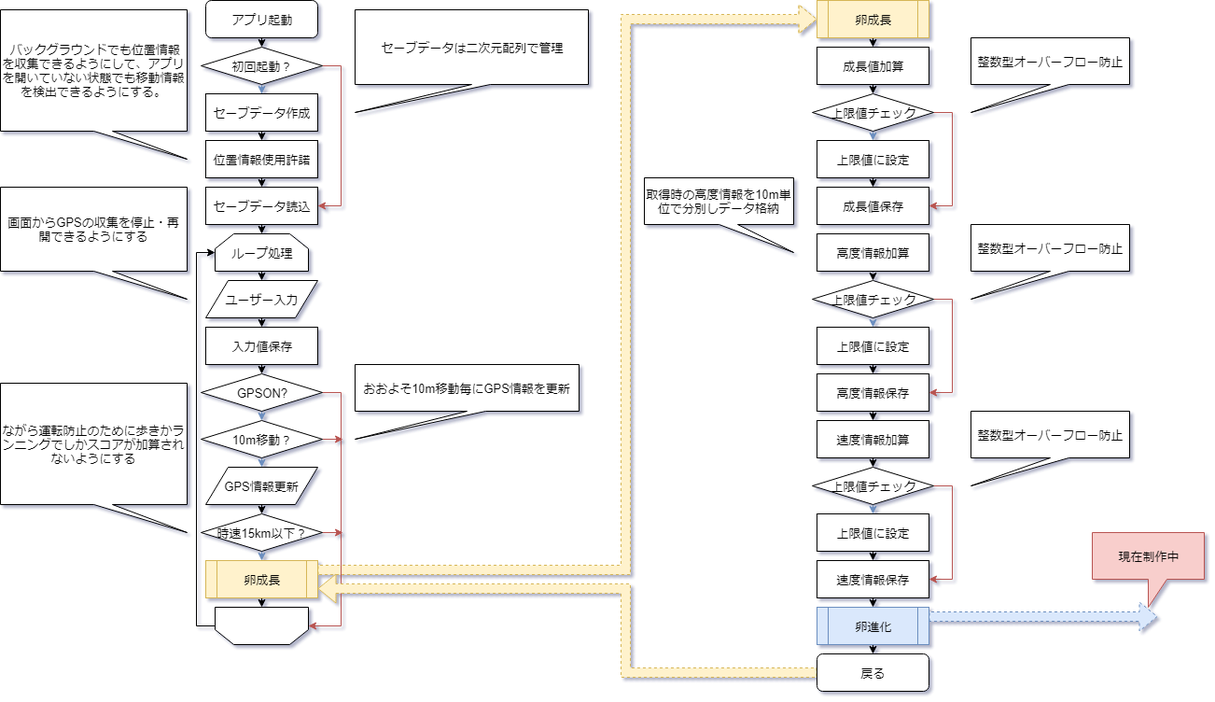
KonoLv1/WalkEgg keeps this draw.io diagram as WalkEgg.png. Above is the earlier version. Source tidied: cells renumbered, new cells last; positions are measured from the earlier drawing's top-left corner, leaving out a move shared by most shapes.
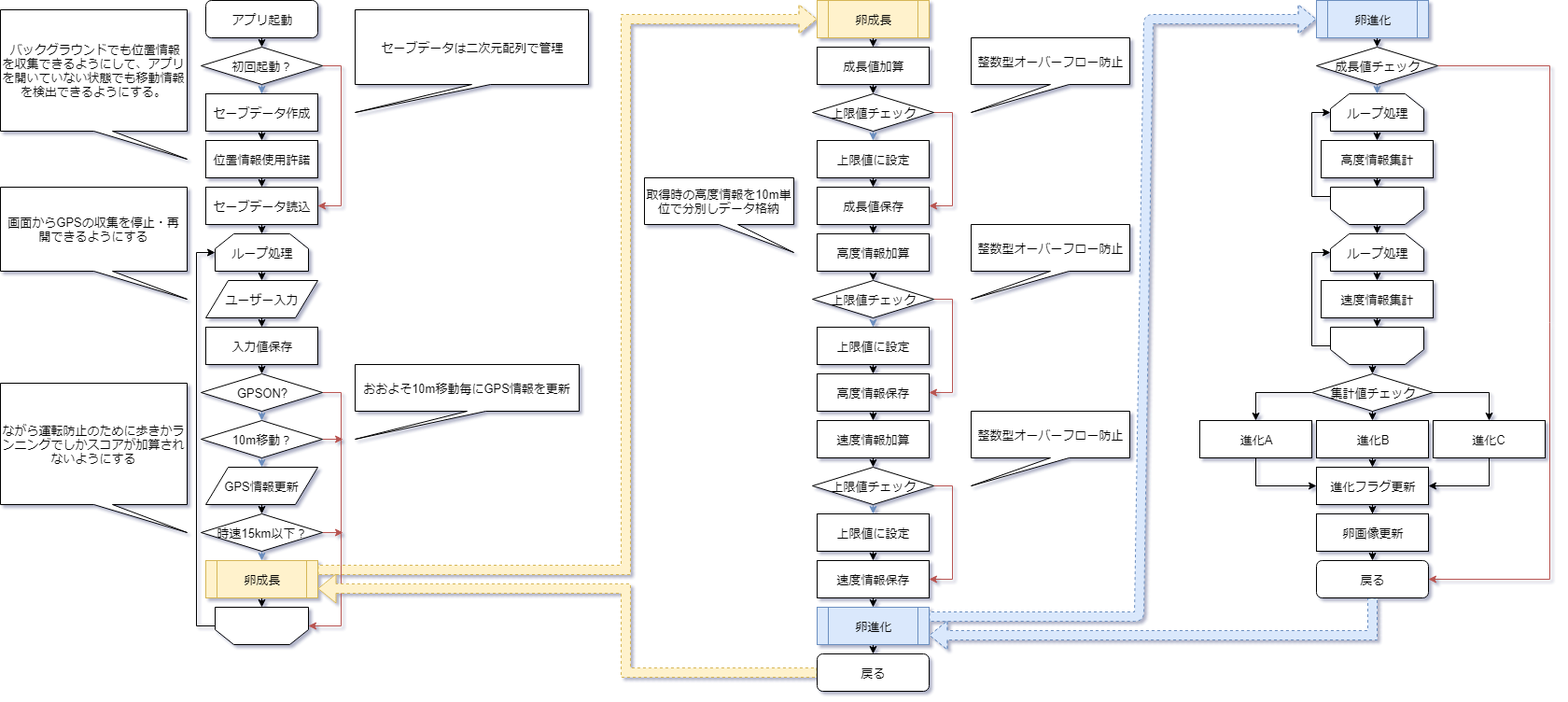
After the change.

Diff of the diagram source:
```diff
@@ -178,6 +178,9 @@
     <mxCell id="54" value="速度情報加算" style="rounded=0;whiteSpace=wrap;html=1;strokeWidth=1;gradientColor=none;" parent="1" vertex="1">
       <mxGeometry x="875" y="450" width="120" height="40" as="geometry" />
     </mxCell>
+    <mxCell id="79" style="edgeStyle=orthogonalEdgeStyle;rounded=0;jettySize=auto;html=1;exitX=0.5;exitY=1;exitDx=0;exitDy=0;entryX=0.5;entryY=0;entryDx=0;entryDy=0;" parent="1" edge="1" source="55" target="50">
+      <mxGeometry relative="1" as="geometry" />
+    </mxCell>
     <mxCell id="55" value="成長値保存" style="rounded=0;whiteSpace=wrap;html=1;strokeWidth=1;gradientColor=none;" parent="1" vertex="1">
       <mxGeometry x="875" y="200" width="120" height="40" as="geometry" />
     </mxCell>
@@ -249,13 +252,123 @@
     <mxCell id="76" value="戻る" style="rounded=1;whiteSpace=wrap;html=1;strokeWidth=1;gradientColor=none;" parent="1" vertex="1">
       <mxGeometry x="875" y="700" width="120" height="40" as="geometry" />
     </mxCell>
-    <mxCell id="77" style="shape=flexArrow;endArrow=classic;html=1;dashed=1;exitX=1;exitY=0.25;exitDx=0;exitDy=0;fillColor=#dae8fc;strokeColor=#6c8ebf;" parent="1" edge="1" source="74">
+    <mxCell id="77" style="shape=flexArrow;endArrow=classic;html=1;dashed=1;exitX=1;exitY=0.25;exitDx=0;exitDy=0;fillColor=#dae8fc;strokeColor=#6c8ebf;entryX=0;entryY=0.5;entryDx=0;entryDy=0;" parent="1" edge="1" source="74" target="81">
       <mxGeometry relative="1" as="geometry">
-        <mxPoint x="1240" y="660" as="targetPoint" />
+        <Array as="points">
+          <mxPoint x="1220" y="660" />
+          <mxPoint x="1230" y="20" />
+        </Array>
       </mxGeometry>
     </mxCell>
-    <mxCell id="78" value="現在制作中" style="shape=callout;whiteSpace=wrap;html=1;perimeter=calloutPerimeter;strokeWidth=1;fillColor=#f8cecc;strokeColor=#b85450;" parent="1" vertex="1">
-      <mxGeometry x="1170" y="570" width="120" height="80" as="geometry" />
-    </mxCell>
+    <mxCell id="80" style="edgeStyle=orthogonalEdgeStyle;rounded=0;jettySize=auto;html=1;exitX=0.5;exitY=1;exitDx=0;exitDy=0;entryX=0.5;entryY=0;entryDx=0;entryDy=0;" parent="1" edge="1" source="81" target="84">
+      <mxGeometry relative="1" as="geometry" />
+    </mxCell>
+    <mxCell id="81" value="卵進化" style="shape=process;whiteSpace=wrap;html=1;backgroundOutline=1;strokeWidth=1;fillColor=#dae8fc;strokeColor=#6c8ebf;" parent="1" vertex="1">
+      <mxGeometry x="1410" width="120" height="40" as="geometry" />
+    </mxCell>
+    <mxCell id="82" style="edgeStyle=orthogonalEdgeStyle;rounded=0;jettySize=auto;html=1;exitX=0.5;exitY=1;exitDx=0;exitDy=0;entryX=0.5;entryY=0;entryDx=0;entryDy=0;fillColor=#dae8fc;strokeColor=#6c8ebf;" parent="1" edge="1" source="84" target="90">
+      <mxGeometry relative="1" as="geometry" />
+    </mxCell>
+    <mxCell id="83" style="edgeStyle=orthogonalEdgeStyle;rounded=0;jettySize=auto;html=1;exitX=1;exitY=0.5;exitDx=0;exitDy=0;entryX=1;entryY=0.5;entryDx=0;entryDy=0;fillColor=#f8cecc;strokeColor=#b85450;" parent="1" edge="1" source="84" target="114">
+      <mxGeometry relative="1" as="geometry">
+        <Array as="points">
+          <mxPoint x="1660" y="70" />
+          <mxPoint x="1660" y="620" />
+        </Array>
+      </mxGeometry>
+    </mxCell>
+    <mxCell id="84" value="&lt;font style=&quot;font-size: 12px&quot;&gt;成長値チェック&lt;/font&gt;" style="rhombus;whiteSpace=wrap;html=1;strokeWidth=1;gradientColor=none;" parent="1" vertex="1">
+      <mxGeometry x="1410" y="50" width="130" height="40" as="geometry" />
+    </mxCell>
+    <mxCell id="85" style="edgeStyle=orthogonalEdgeStyle;rounded=0;jettySize=auto;html=1;exitX=0.5;exitY=1;exitDx=0;exitDy=0;entryX=0.5;entryY=0;entryDx=0;entryDy=0;" parent="1" edge="1" source="88" target="104">
+      <mxGeometry relative="1" as="geometry" />
+    </mxCell>
+    <mxCell id="86" style="edgeStyle=orthogonalEdgeStyle;rounded=0;jettySize=auto;html=1;exitX=1;exitY=0.5;exitDx=0;exitDy=0;" parent="1" edge="1" source="88" target="108">
+      <mxGeometry relative="1" as="geometry" />
+    </mxCell>
+    <mxCell id="87" style="edgeStyle=orthogonalEdgeStyle;rounded=0;jettySize=auto;html=1;exitX=0;exitY=0.5;exitDx=0;exitDy=0;entryX=0.5;entryY=0;entryDx=0;entryDy=0;" parent="1" edge="1" source="88" target="106">
+      <mxGeometry relative="1" as="geometry" />
+    </mxCell>
+    <mxCell id="88" value="&lt;font style=&quot;font-size: 12px&quot;&gt;集計値チェック&lt;/font&gt;" style="rhombus;whiteSpace=wrap;html=1;strokeWidth=1;gradientColor=none;" parent="1" vertex="1">
+      <mxGeometry x="1405" y="400" width="130" height="40" as="geometry" />
+    </mxCell>
+    <mxCell id="89" style="edgeStyle=orthogonalEdgeStyle;rounded=0;jettySize=auto;html=1;exitX=0.5;exitY=1;exitDx=0;exitDy=0;entryX=0.5;entryY=0;entryDx=0;entryDy=0;" parent="1" edge="1" source="90" target="92">
+      <mxGeometry relative="1" as="geometry" />
+    </mxCell>
+    <mxCell id="90" value="ループ処理" style="shape=loopLimit;whiteSpace=wrap;html=1;strokeWidth=1;gradientColor=none;" parent="1" vertex="1">
+      <mxGeometry x="1425" y="100" width="100" height="40" as="geometry" />
+    </mxCell>
+    <mxCell id="91" style="edgeStyle=orthogonalEdgeStyle;rounded=0;jettySize=auto;html=1;exitX=0.5;exitY=1;exitDx=0;exitDy=0;entryX=0.5;entryY=1;entryDx=0;entryDy=0;" parent="1" edge="1" source="92" target="95">
+      <mxGeometry relative="1" as="geometry" />
+    </mxCell>
+    <mxCell id="92" value="高度情報集計" style="rounded=0;whiteSpace=wrap;html=1;strokeWidth=1;gradientColor=none;" parent="1" vertex="1">
+      <mxGeometry x="1415" y="150" width="120" height="40" as="geometry" />
+    </mxCell>
+    <mxCell id="93" style="edgeStyle=orthogonalEdgeStyle;rounded=0;jettySize=auto;html=1;exitX=1;exitY=0.75;exitDx=0;exitDy=0;entryX=0;entryY=0.5;entryDx=0;entryDy=0;" parent="1" edge="1" source="95" target="90">
+      <mxGeometry relative="1" as="geometry" />
+    </mxCell>
+    <mxCell id="94" style="edgeStyle=orthogonalEdgeStyle;rounded=0;jettySize=auto;html=1;exitX=0.5;exitY=0;exitDx=0;exitDy=0;entryX=0.5;entryY=0;entryDx=0;entryDy=0;" parent="1" edge="1" source="95" target="97">
+      <mxGeometry relative="1" as="geometry" />
+    </mxCell>
+    <mxCell id="95" style="shape=loopLimit;whiteSpace=wrap;html=1;strokeWidth=1;gradientColor=none;rotation=180;" parent="1" vertex="1">
+      <mxGeometry x="1425" y="200" width="100" height="40" as="geometry" />
+    </mxCell>
+    <mxCell id="96" style="edgeStyle=orthogonalEdgeStyle;rounded=0;jettySize=auto;html=1;exitX=0.5;exitY=1;exitDx=0;exitDy=0;entryX=0.5;entryY=0;entryDx=0;entryDy=0;" parent="1" edge="1" source="97" target="99">
+      <mxGeometry relative="1" as="geometry" />
+    </mxCell>
+    <mxCell id="97" value="ループ処理" style="shape=loopLimit;whiteSpace=wrap;html=1;strokeWidth=1;gradientColor=none;" parent="1" vertex="1">
+      <mxGeometry x="1425" y="250" width="100" height="40" as="geometry" />
+    </mxCell>
+    <mxCell id="98" style="edgeStyle=orthogonalEdgeStyle;rounded=0;jettySize=auto;html=1;exitX=0.5;exitY=1;exitDx=0;exitDy=0;entryX=0.5;entryY=1;entryDx=0;entryDy=0;" parent="1" edge="1" source="99" target="102">
+      <mxGeometry relative="1" as="geometry" />
+    </mxCell>
+    <mxCell id="99" value="速度情報集計" style="rounded=0;whiteSpace=wrap;html=1;strokeWidth=1;gradientColor=none;" parent="1" vertex="1">
+      <mxGeometry x="1415" y="300" width="120" height="40" as="geometry" />
+    </mxCell>
+    <mxCell id="100" style="edgeStyle=orthogonalEdgeStyle;rounded=0;jettySize=auto;html=1;exitX=1;exitY=0.5;exitDx=0;exitDy=0;entryX=0;entryY=0.5;entryDx=0;entryDy=0;" parent="1" edge="1" source="102" target="97">
+      <mxGeometry relative="1" as="geometry" />
+    </mxCell>
+    <mxCell id="101" style="edgeStyle=orthogonalEdgeStyle;rounded=0;jettySize=auto;html=1;exitX=0.5;exitY=0;exitDx=0;exitDy=0;entryX=0.5;entryY=0;entryDx=0;entryDy=0;" parent="1" edge="1" source="102" target="88">
+      <mxGeometry relative="1" as="geometry" />
+    </mxCell>
+    <mxCell id="102" style="shape=loopLimit;whiteSpace=wrap;html=1;strokeWidth=1;gradientColor=none;rotation=180;" parent="1" vertex="1">
+      <mxGeometry x="1425" y="350" width="100" height="40" as="geometry" />
+    </mxCell>
+    <mxCell id="103" style="edgeStyle=orthogonalEdgeStyle;rounded=0;jettySize=auto;html=1;exitX=0.5;exitY=1;exitDx=0;exitDy=0;entryX=0.5;entryY=0;entryDx=0;entryDy=0;" parent="1" edge="1" source="104" target="110">
+      <mxGeometry relative="1" as="geometry" />
+    </mxCell>
+    <mxCell id="104" value="進化B" style="rounded=0;whiteSpace=wrap;html=1;strokeWidth=1;gradientColor=none;" parent="1" vertex="1">
+      <mxGeometry x="1410" y="450" width="120" height="40" as="geometry" />
+    </mxCell>
+    <mxCell id="105" style="edgeStyle=orthogonalEdgeStyle;rounded=0;jettySize=auto;html=1;exitX=0.5;exitY=1;exitDx=0;exitDy=0;entryX=0;entryY=0.5;entryDx=0;entryDy=0;" parent="1" edge="1" source="106" target="110">
+      <mxGeometry relative="1" as="geometry" />
+    </mxCell>
+    <mxCell id="106" value="進化A" style="rounded=0;whiteSpace=wrap;html=1;strokeWidth=1;gradientColor=none;" parent="1" vertex="1">
+      <mxGeometry x="1285" y="450" width="120" height="40" as="geometry" />
+    </mxCell>
+    <mxCell id="107" style="edgeStyle=orthogonalEdgeStyle;rounded=0;jettySize=auto;html=1;exitX=0.5;exitY=1;exitDx=0;exitDy=0;entryX=1;entryY=0.5;entryDx=0;entryDy=0;" parent="1" edge="1" source="108" target="110">
+      <mxGeometry relative="1" as="geometry" />
+    </mxCell>
+    <mxCell id="108" value="進化C" style="rounded=0;whiteSpace=wrap;html=1;strokeWidth=1;gradientColor=none;" parent="1" vertex="1">
+      <mxGeometry x="1535" y="450" width="120" height="40" as="geometry" />
+    </mxCell>
+    <mxCell id="109" style="edgeStyle=orthogonalEdgeStyle;rounded=0;jettySize=auto;html=1;exitX=0.5;exitY=1;exitDx=0;exitDy=0;" parent="1" edge="1" source="110" target="112">
+      <mxGeometry relative="1" as="geometry" />
+    </mxCell>
+    <mxCell id="110" value="進化フラグ更新" style="rounded=0;whiteSpace=wrap;html=1;strokeWidth=1;gradientColor=none;" parent="1" vertex="1">
+      <mxGeometry x="1410" y="500" width="120" height="40" as="geometry" />
+    </mxCell>
+    <mxCell id="111" style="edgeStyle=orthogonalEdgeStyle;rounded=0;jettySize=auto;html=1;exitX=0.5;exitY=1;exitDx=0;exitDy=0;entryX=0.5;entryY=0;entryDx=0;entryDy=0;" parent="1" edge="1" source="112" target="114">
+      <mxGeometry relative="1" as="geometry" />
+    </mxCell>
+    <mxCell id="112" value="卵画像更新" style="rounded=0;whiteSpace=wrap;html=1;strokeWidth=1;gradientColor=none;" parent="1" vertex="1">
+      <mxGeometry x="1410" y="550" width="120" height="40" as="geometry" />
+    </mxCell>
+    <mxCell id="113" style="edgeStyle=orthogonalEdgeStyle;rounded=0;jettySize=auto;html=1;exitX=0.5;exitY=1;exitDx=0;exitDy=0;entryX=1;entryY=0.75;entryDx=0;entryDy=0;shape=flexArrow;dashed=1;fillColor=#dae8fc;strokeColor=#6c8ebf;" parent="1" edge="1" source="114" target="74">
+      <mxGeometry relative="1" as="geometry" />
+    </mxCell>
+    <mxCell id="114" value="戻る" style="rounded=1;whiteSpace=wrap;html=1;strokeWidth=1;gradientColor=none;" parent="1" vertex="1">
+      <mxGeometry x="1410" y="600" width="120" height="40" as="geometry" />
+    </mxCell>
   </root>
 </mxGraphModel>
```
